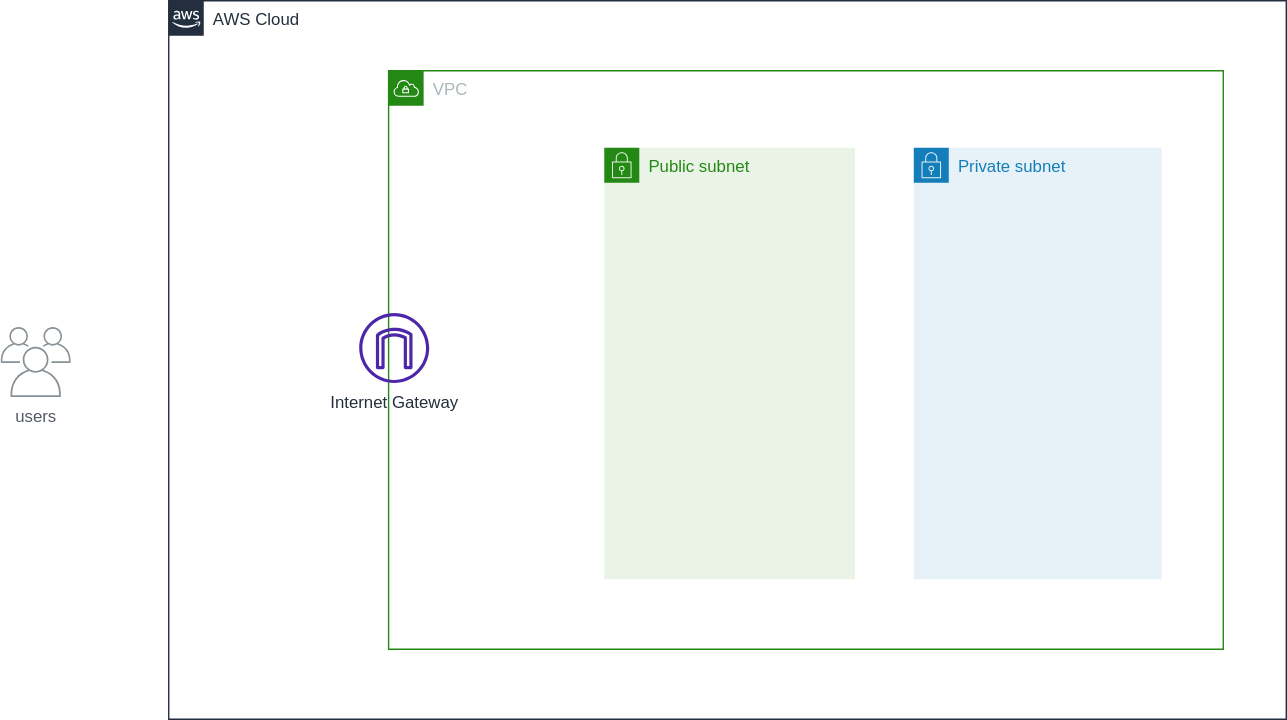
Earlier version of the draw.io export usecases/ec2-keycloak-docker/overview.drawio.svg (ishiharatma/aws-cdk-cdp). Source tidied: cells renumbered, new cells last; positions are measured from the earlier drawing's top-left corner, leaving out a move shared by most shapes.
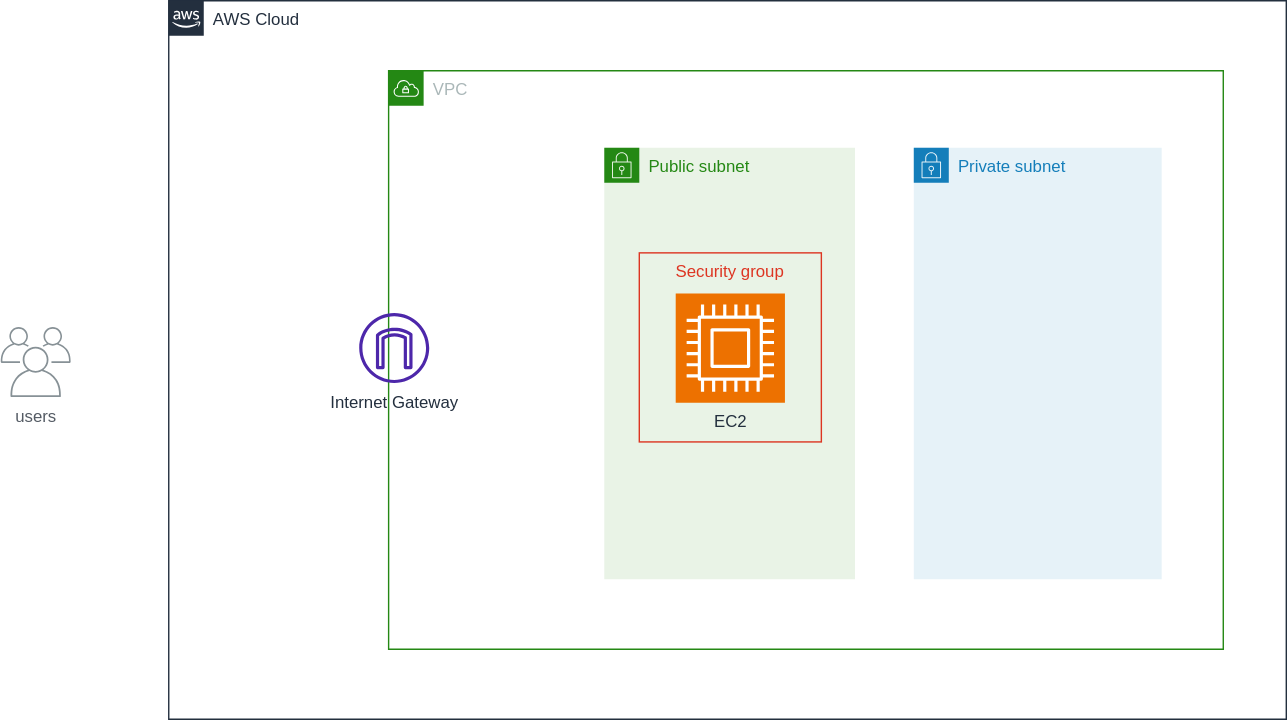
After the commit.

What changed in the source:
```diff
@@ -14,6 +14,12 @@
     <mxCell id="5" value="Public subnet" style="gradientColor=none;html=1;whiteSpace=wrap;fontSize=12;fontStyle=0;shape=mxgraph.aws4.group;grIcon=mxgraph.aws4.group_security_group;grStroke=0;strokeColor=#248814;fillColor=#E9F3E6;verticalAlign=top;align=left;spacingLeft=30;fontColor=#248814;dashed=0;" parent="3" vertex="1">
       <mxGeometry x="154" y="55" width="179" height="308" as="geometry" />
     </mxCell>
+    <mxCell id="8" value="EC2" style="sketch=0;fontColor=#232F3E;fillColor=#ED7100;strokeColor=#ffffff;dashed=0;verticalLabelPosition=bottom;verticalAlign=top;align=center;html=1;fontSize=12;fontStyle=0;shape=mxgraph.aws4.resourceIcon;resIcon=mxgraph.aws4.compute;" parent="5" vertex="1">
+      <mxGeometry x="51" y="104" width="78" height="78" as="geometry" />
+    </mxCell>
+    <mxCell id="9" value="Security group" style="fillColor=none;strokeColor=#DD3522;verticalAlign=top;fontStyle=0;fontColor=#DD3522;whiteSpace=wrap;html=1;" parent="5" vertex="1">
+      <mxGeometry x="25" y="75" width="130" height="135" as="geometry" />
+    </mxCell>
     <mxCell id="6" value="Internet Gateway" style="sketch=0;fontColor=#232F3E;gradientColor=none;fillColor=#4D27AA;strokeColor=none;dashed=0;verticalLabelPosition=bottom;verticalAlign=top;align=center;html=1;fontSize=12;fontStyle=0;shape=mxgraph.aws4.internet_gateway;" parent="3" vertex="1">
       <mxGeometry x="-21" y="173" width="50" height="50" as="geometry" />
     </mxCell>
```
